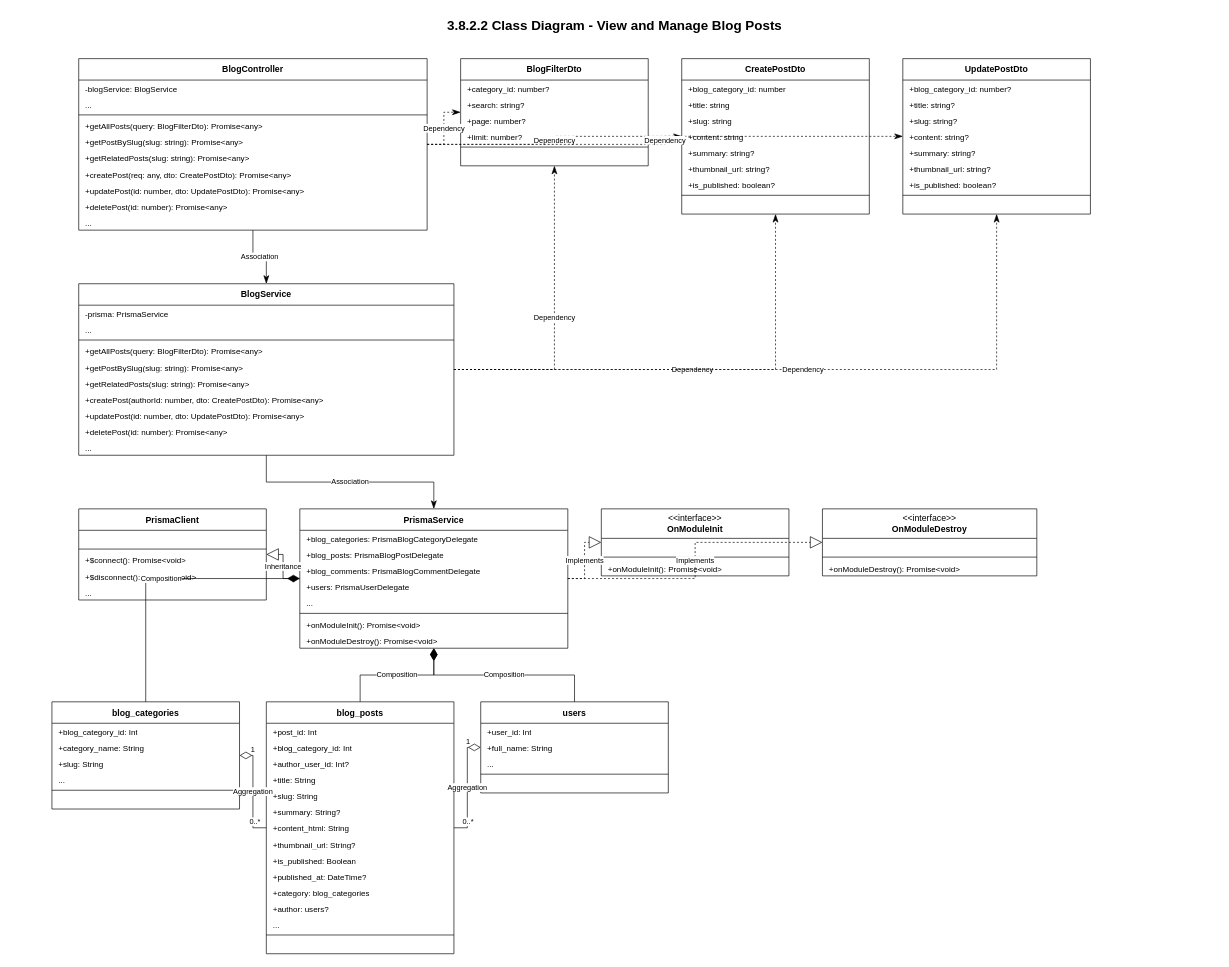
This is page "View & Manage Blog Posts" (3 of 5) of blog_all_class_diagrams.drawio from CuongBC195/class-diagram-donation-blood, a draw.io file, before an edit. Source tidied: cells renumbered, new cells numbered last; positions are measured from the earlier drawing's top-left corner, leaving out a move shared by most shapes. Both pictures are drawn from the tidied source at 67%, with x=0, y=0 at pixel (11, 11).
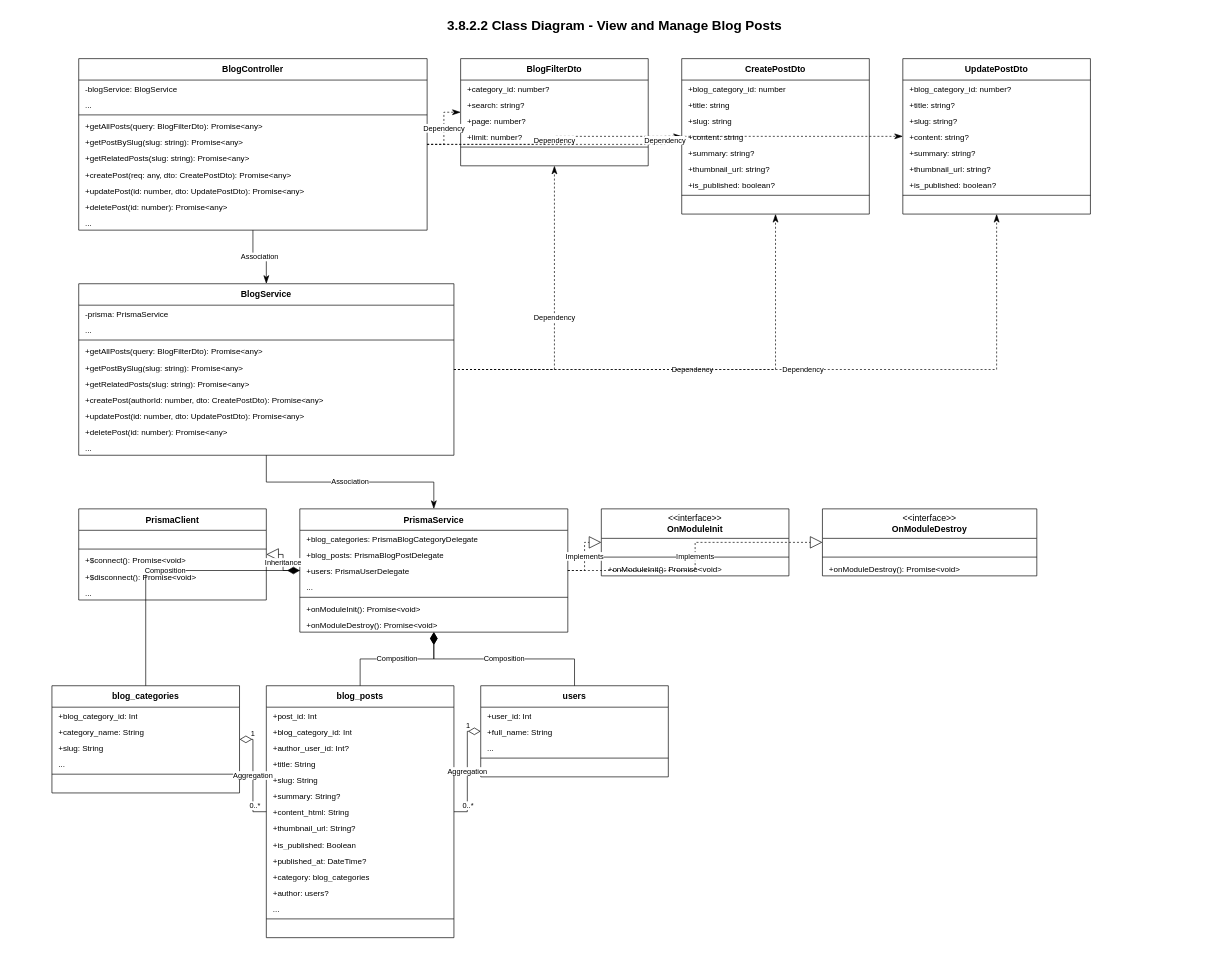
After the change.

What changed in the source:
```diff
@@
     <mxCell id="66" value="&lt;b&gt;PrismaService&lt;/b&gt;" style="swimlane;fontStyle=0;horizontal=1;startSize=32;whiteSpace=wrap;html=1;fillColor=#ffffff;strokeColor=#000000;swimlaneFillColor=#ffffff;fontColor=#000000;fontFamily=Arial;fontSize=13;" parent="1" vertex="1">
-      <mxGeometry x="430" y="742" width="400" height="208" as="geometry" />
+      <mxGeometry x="430" y="742" width="400" height="184" as="geometry" />
     </mxCell>
@@
-    <mxCell id="69" value="+blog_comments: PrismaBlogCommentDelegate" style="text;strokeColor=none;fillColor=none;align=left;verticalAlign=top;spacingLeft=8;spacingRight=8;overflow=hidden;whiteSpace=wrap;html=1;fontFamily=Arial;fontSize=12;fontColor=#000000;" parent="66" vertex="1">
+    <mxCell id="69" value="+users: PrismaUserDelegate" style="text;strokeColor=none;fillColor=none;align=left;verticalAlign=top;spacingLeft=8;spacingRight=8;overflow=hidden;whiteSpace=wrap;html=1;fontFamily=Arial;fontSize=12;fontColor=#000000;" parent="66" vertex="1">
       <mxGeometry y="80" width="400" height="24" as="geometry" />
     </mxCell>
-    <mxCell id="70" value="+users: PrismaUserDelegate" style="text;strokeColor=none;fillColor=none;align=left;verticalAlign=top;spacingLeft=8;spacingRight=8;overflow=hidden;whiteSpace=wrap;html=1;fontFamily=Arial;fontSize=12;fontColor=#000000;" parent="66" vertex="1">
+    <mxCell id="70" value="..." style="text;strokeColor=none;fillColor=none;align=left;verticalAlign=top;spacingLeft=8;spacingRight=8;overflow=hidden;whiteSpace=wrap;html=1;fontFamily=Arial;fontSize=12;fontColor=#000000;" parent="66" vertex="1">
       <mxGeometry y="104" width="400" height="24" as="geometry" />
     </mxCell>
-    <mxCell id="71" value="..." style="text;strokeColor=none;fillColor=none;align=left;verticalAlign=top;spacingLeft=8;spacingRight=8;overflow=hidden;whiteSpace=wrap;html=1;fontFamily=Arial;fontSize=12;fontColor=#000000;" parent="66" vertex="1">
-      <mxGeometry y="128" width="400" height="24" as="geometry" />
-    </mxCell>
     <mxCell id="72" style="line;strokeWidth=1;fillColor=none;strokeColor=#000000;align=left;verticalAlign=middle;" parent="66" vertex="1">
-      <mxGeometry y="152" width="400" height="8" as="geometry" />
+      <mxGeometry y="128" width="400" height="8" as="geometry" />
     </mxCell>
     <mxCell id="73" value="+onModuleInit(): Promise&amp;lt;void&amp;gt;" style="text;strokeColor=none;fillColor=none;align=left;verticalAlign=top;spacingLeft=8;spacingRight=8;overflow=hidden;whiteSpace=wrap;html=1;fontFamily=Arial;fontSize=12;fontColor=#000000;" parent="66" vertex="1">
-      <mxGeometry y="160" width="400" height="24" as="geometry" />
+      <mxGeometry y="136" width="400" height="24" as="geometry" />
     </mxCell>
     <mxCell id="74" value="+onModuleDestroy(): Promise&amp;lt;void&amp;gt;" style="text;strokeColor=none;fillColor=none;align=left;verticalAlign=top;spacingLeft=8;spacingRight=8;overflow=hidden;whiteSpace=wrap;html=1;fontFamily=Arial;fontSize=12;fontColor=#000000;" parent="66" vertex="1">
-      <mxGeometry y="184" width="400" height="24" as="geometry" />
+      <mxGeometry y="160" width="400" height="24" as="geometry" />
     </mxCell>
     <mxCell id="75" value="&lt;b&gt;blog_categories&lt;/b&gt;" style="swimlane;fontStyle=0;horizontal=1;startSize=32;whiteSpace=wrap;html=1;fillColor=#ffffff;strokeColor=#000000;swimlaneFillColor=#ffffff;fontColor=#000000;fontFamily=Arial;fontSize=13;" parent="1" vertex="1">
-      <mxGeometry x="60" y="1030" width="280" height="160" as="geometry" />
+      <mxGeometry x="60" y="1006" width="280" height="160" as="geometry" />
     </mxCell>
@@
     <mxCell id="82" value="&lt;b&gt;blog_posts&lt;/b&gt;" style="swimlane;fontStyle=0;horizontal=1;startSize=32;whiteSpace=wrap;html=1;fillColor=#ffffff;strokeColor=#000000;swimlaneFillColor=#ffffff;fontColor=#000000;fontFamily=Arial;fontSize=13;" parent="1" vertex="1">
-      <mxGeometry x="380" y="1030" width="280" height="376" as="geometry" />
+      <mxGeometry x="380" y="1006" width="280" height="376" as="geometry" />
     </mxCell>
@@
     <mxCell id="98" value="&lt;b&gt;users&lt;/b&gt;" style="swimlane;fontStyle=0;horizontal=1;startSize=32;whiteSpace=wrap;html=1;fillColor=#ffffff;strokeColor=#000000;swimlaneFillColor=#ffffff;fontColor=#000000;fontFamily=Arial;fontSize=13;" parent="1" vertex="1">
-      <mxGeometry x="700" y="1030" width="280" height="136" as="geometry" />
+      <mxGeometry x="700" y="1006" width="280" height="136" as="geometry" />
     </mxCell>
```
